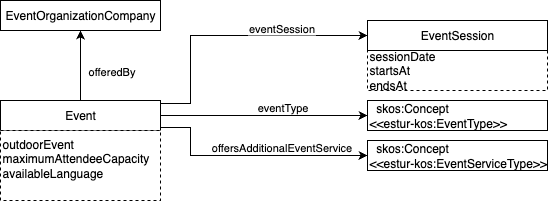
Before: segittur/images/fig7-Event.png, a diagram exported from draw.io (ocorcho/tests-widoco). Source tidied: cells renumbered, new cells last; positions are measured from the earlier drawing's top-left corner, leaving out a move shared by most shapes. Its diagram source:
```xml
<mxGraphModel>
  <root>
    <mxCell id="0" />
    <mxCell id="1" parent="0" />
    <mxCell id="2" style="edgeStyle=orthogonalEdgeStyle;rounded=0;jettySize=auto;html=1;exitX=1;exitY=0.5;exitDx=0;exitDy=0;entryX=0;entryY=0.5;entryDx=0;entryDy=0;" parent="1" edge="1" source="8" target="12">
      <mxGeometry relative="1" as="geometry" />
    </mxCell>
    <mxCell id="3" value="eventType" style="edgeLabel;html=1;align=center;verticalAlign=middle;" parent="2" vertex="1">
      <mxGeometry x="0.05" y="3" relative="1" as="geometry">
        <mxPoint x="12" y="-6" as="offset" />
      </mxGeometry>
    </mxCell>
    <mxCell id="4" style="edgeStyle=orthogonalEdgeStyle;rounded=0;jettySize=auto;html=1;exitX=1;exitY=0.9;exitDx=0;exitDy=0;entryX=0;entryY=0.5;entryDx=0;entryDy=0;" parent="1" edge="1" source="8" target="13">
      <mxGeometry relative="1" as="geometry">
        <Array as="points">
          <mxPoint x="190" y="127" />
          <mxPoint x="190" y="155" />
        </Array>
      </mxGeometry>
    </mxCell>
    <mxCell id="5" value="offersAdditionalEventService" style="edgeLabel;html=1;align=center;verticalAlign=middle;" parent="4" vertex="1">
      <mxGeometry x="0.32" y="1" relative="1" as="geometry">
        <mxPoint x="-7" y="-8" as="offset" />
      </mxGeometry>
    </mxCell>
    <mxCell id="6" style="edgeStyle=orthogonalEdgeStyle;rounded=0;jettySize=auto;html=1;exitX=1;exitY=0.1;exitDx=0;exitDy=0;entryX=0;entryY=0.5;entryDx=0;entryDy=0;" parent="1" edge="1" source="8" target="11">
      <mxGeometry relative="1" as="geometry">
        <Array as="points">
          <mxPoint x="190" y="103" />
          <mxPoint x="190" y="35" />
        </Array>
      </mxGeometry>
    </mxCell>
    <mxCell id="7" value="eventSession" style="edgeLabel;html=1;align=center;verticalAlign=middle;" parent="6" vertex="1">
      <mxGeometry x="0.58" y="4" relative="1" as="geometry">
        <mxPoint x="-30" y="-4" as="offset" />
      </mxGeometry>
    </mxCell>
    <mxCell id="8" value="Event" style="rounded=0;whiteSpace=wrap;html=1;snapToPoint=1;points=[[0.1,0],[0.2,0],[0.3,0],[0.4,0],[0.5,0],[0.6,0],[0.7,0],[0.8,0],[0.9,0],[0,0.1],[0,0.3],[0,0.5],[0,0.7],[0,0.9],[0.1,1],[0.2,1],[0.3,1],[0.4,1],[0.5,1],[0.6,1],[0.7,1],[0.8,1],[0.9,1],[1,0.1],[1,0.3],[1,0.5],[1,0.7],[1,0.9]];align=center;" parent="1" vertex="1">
      <mxGeometry y="100" width="160" height="30" as="geometry" />
    </mxCell>
    <mxCell id="9" value="outdoorEvent&lt;br&gt;maximumAttendeeCapacity&lt;br&gt;availableLanguage&lt;div&gt;&lt;br&gt;&lt;/div&gt;" style="rounded=0;whiteSpace=wrap;html=1;snapToPoint=1;points=[[0.1,0],[0.2,0],[0.3,0],[0.4,0],[0.5,0],[0.6,0],[0.7,0],[0.8,0],[0.9,0],[0,0.1],[0,0.3],[0,0.5],[0,0.7],[0,0.9],[0.1,1],[0.2,1],[0.3,1],[0.4,1],[0.5,1],[0.6,1],[0.7,1],[0.8,1],[0.9,1],[1,0.1],[1,0.3],[1,0.5],[1,0.7],[1,0.9]];dashed=1;align=left;" parent="1" vertex="1">
      <mxGeometry y="130" width="160" height="70" as="geometry" />
    </mxCell>
    <mxCell id="10" value="&lt;div style=&quot;&quot;&gt;&lt;span style=&quot;background-color: initial;&quot;&gt;sessionDate&lt;/span&gt;&lt;/div&gt;&lt;div style=&quot;&quot;&gt;&lt;span style=&quot;background-color: initial;&quot;&gt;startsAt&lt;/span&gt;&lt;/div&gt;&lt;div style=&quot;&quot;&gt;&lt;span style=&quot;background-color: initial;&quot;&gt;endsAt&lt;/span&gt;&lt;/div&gt;" style="rounded=0;whiteSpace=wrap;html=1;dashed=1;align=left;" parent="1" vertex="1">
      <mxGeometry x="367" y="50" width="180" height="40" as="geometry" />
    </mxCell>
    <mxCell id="11" value="EventSession" style="rounded=0;whiteSpace=wrap;html=1;snapToPoint=1;points=[[0.1,0],[0.2,0],[0.3,0],[0.4,0],[0.5,0],[0.6,0],[0.7,0],[0.8,0],[0.9,0],[0,0.1],[0,0.3],[0,0.5],[0,0.7],[0,0.9],[0.1,1],[0.2,1],[0.3,1],[0.4,1],[0.5,1],[0.6,1],[0.7,1],[0.8,1],[0.9,1],[1,0.1],[1,0.3],[1,0.5],[1,0.7],[1,0.9]];" parent="1" vertex="1">
      <mxGeometry x="367" y="20" width="180" height="30" as="geometry" />
    </mxCell>
    <mxCell id="12" value="&lt;div style=&quot;&quot;&gt;&lt;span style=&quot;background-color: initial;&quot;&gt;&amp;nbsp; skos:Concept&lt;/span&gt;&lt;/div&gt;&lt;div style=&quot;&quot;&gt;&lt;span style=&quot;background-color: initial;&quot;&gt;&amp;lt;&amp;lt;estur-kos:EventType&amp;gt;&amp;gt;&lt;/span&gt;&lt;/div&gt;" style="rounded=0;whiteSpace=wrap;html=1;snapToPoint=1;points=[[0.1,0],[0.2,0],[0.3,0],[0.4,0],[0.5,0],[0.6,0],[0.7,0],[0.8,0],[0.9,0],[0,0.1],[0,0.3],[0,0.5],[0,0.7],[0,0.9],[0.1,1],[0.2,1],[0.3,1],[0.4,1],[0.5,1],[0.6,1],[0.7,1],[0.8,1],[0.9,1],[1,0.1],[1,0.3],[1,0.5],[1,0.7],[1,0.9]];align=left;" parent="1" vertex="1">
      <mxGeometry x="367" y="100" width="180" height="30" as="geometry" />
    </mxCell>
    <mxCell id="13" value="&lt;div style=&quot;&quot;&gt;&lt;span style=&quot;background-color: initial;&quot;&gt;&amp;nbsp; skos:Concept&lt;/span&gt;&lt;/div&gt;&lt;div style=&quot;&quot;&gt;&lt;span style=&quot;background-color: initial;&quot;&gt;&amp;lt;&amp;lt;estur-kos:EventServiceType&amp;gt;&amp;gt;&lt;/span&gt;&lt;/div&gt;" style="rounded=0;whiteSpace=wrap;html=1;snapToPoint=1;points=[[0.1,0],[0.2,0],[0.3,0],[0.4,0],[0.5,0],[0.6,0],[0.7,0],[0.8,0],[0.9,0],[0,0.1],[0,0.3],[0,0.5],[0,0.7],[0,0.9],[0.1,1],[0.2,1],[0.3,1],[0.4,1],[0.5,1],[0.6,1],[0.7,1],[0.8,1],[0.9,1],[1,0.1],[1,0.3],[1,0.5],[1,0.7],[1,0.9]];align=left;" parent="1" vertex="1">
      <mxGeometry x="367" y="140" width="180" height="30" as="geometry" />
    </mxCell>
    <mxCell id="14" style="edgeStyle=orthogonalEdgeStyle;rounded=0;jettySize=auto;html=1;exitX=0.5;exitY=0;exitDx=0;exitDy=0;entryX=0.5;entryY=1;entryDx=0;entryDy=0;" parent="1" edge="1" source="8" target="16">
      <mxGeometry relative="1" as="geometry" />
    </mxCell>
    <mxCell id="15" value="offeredBy" style="edgeLabel;html=1;align=center;verticalAlign=middle;" parent="14" vertex="1">
      <mxGeometry x="-0.16" y="2" relative="1" as="geometry">
        <mxPoint x="32" y="-1" as="offset" />
      </mxGeometry>
    </mxCell>
    <mxCell id="16" value="EventOrganizationCompany" style="rounded=0;whiteSpace=wrap;html=1;snapToPoint=1;points=[[0.1,0],[0.2,0],[0.3,0],[0.4,0],[0.5,0],[0.6,0],[0.7,0],[0.8,0],[0.9,0],[0,0.1],[0,0.3],[0,0.5],[0,0.7],[0,0.9],[0.1,1],[0.2,1],[0.3,1],[0.4,1],[0.5,1],[0.6,1],[0.7,1],[0.8,1],[0.9,1],[1,0.1],[1,0.3],[1,0.5],[1,0.7],[1,0.9]];" parent="1" vertex="1">
      <mxGeometry width="160" height="30" as="geometry" />
    </mxCell>
  </root>
</mxGraphModel>
```
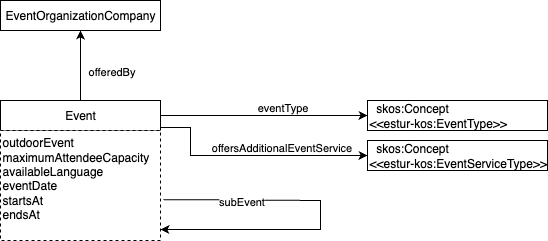
After the change.

Diff of the diagram source:
```diff
@@ -23,31 +23,26 @@
         <mxPoint x="-7" y="-8" as="offset" />
       </mxGeometry>
     </mxCell>
-    <mxCell id="6" style="edgeStyle=orthogonalEdgeStyle;rounded=0;jettySize=auto;html=1;exitX=1;exitY=0.1;exitDx=0;exitDy=0;entryX=0;entryY=0.5;entryDx=0;entryDy=0;" parent="1" edge="1" source="8" target="11">
+    <mxCell id="6" style="edgeStyle=orthogonalEdgeStyle;rounded=0;orthogonalLoop=1;jettySize=auto;html=1;exitX=1.018;exitY=0.629;exitDx=0;exitDy=0;exitPerimeter=0;entryX=1;entryY=0.9;entryDx=0;entryDy=0;" parent="1" edge="1" source="9" target="9">
       <mxGeometry relative="1" as="geometry">
         <Array as="points">
-          <mxPoint x="190" y="103" />
-          <mxPoint x="190" y="35" />
+          <mxPoint x="190" y="199" />
+          <mxPoint x="320" y="200" />
+          <mxPoint x="320" y="229" />
         </Array>
       </mxGeometry>
     </mxCell>
-    <mxCell id="7" value="eventSession" style="edgeLabel;html=1;align=center;verticalAlign=middle;" parent="6" vertex="1">
+    <mxCell id="7" value="subEvent" style="edgeLabel;html=1;align=center;verticalAlign=middle;" parent="6" vertex="1">
       <mxGeometry x="0.58" y="4" relative="1" as="geometry">
-        <mxPoint x="-30" y="-4" as="offset" />
+        <mxPoint x="8" y="-33" as="offset" />
       </mxGeometry>
     </mxCell>
     <mxCell id="8" value="Event" style="rounded=0;whiteSpace=wrap;html=1;snapToPoint=1;points=[[0.1,0],[0.2,0],[0.3,0],[0.4,0],[0.5,0],[0.6,0],[0.7,0],[0.8,0],[0.9,0],[0,0.1],[0,0.3],[0,0.5],[0,0.7],[0,0.9],[0.1,1],[0.2,1],[0.3,1],[0.4,1],[0.5,1],[0.6,1],[0.7,1],[0.8,1],[0.9,1],[1,0.1],[1,0.3],[1,0.5],[1,0.7],[1,0.9]];align=center;" parent="1" vertex="1">
       <mxGeometry y="100" width="160" height="30" as="geometry" />
     </mxCell>
-    <mxCell id="9" value="outdoorEvent&lt;br&gt;maximumAttendeeCapacity&lt;br&gt;availableLanguage&lt;div&gt;&lt;br&gt;&lt;/div&gt;" style="rounded=0;whiteSpace=wrap;html=1;snapToPoint=1;points=[[0.1,0],[0.2,0],[0.3,0],[0.4,0],[0.5,0],[0.6,0],[0.7,0],[0.8,0],[0.9,0],[0,0.1],[0,0.3],[0,0.5],[0,0.7],[0,0.9],[0.1,1],[0.2,1],[0.3,1],[0.4,1],[0.5,1],[0.6,1],[0.7,1],[0.8,1],[0.9,1],[1,0.1],[1,0.3],[1,0.5],[1,0.7],[1,0.9]];dashed=1;align=left;" parent="1" vertex="1">
-      <mxGeometry y="130" width="160" height="70" as="geometry" />
+    <mxCell id="9" value="outdoorEvent&lt;br&gt;maximumAttendeeCapacity&lt;br&gt;availableLanguage&lt;div&gt;&lt;div&gt;&lt;span style=&quot;background-color: initial;&quot;&gt;eventDate&lt;/span&gt;&lt;/div&gt;&lt;div&gt;&lt;span style=&quot;background-color: initial;&quot;&gt;startsAt&lt;/span&gt;&lt;/div&gt;&lt;div&gt;&lt;span style=&quot;background-color: initial;&quot;&gt;endsAt&lt;/span&gt;&lt;/div&gt;&lt;div&gt;&lt;br&gt;&lt;/div&gt;&lt;/div&gt;" style="rounded=0;whiteSpace=wrap;html=1;snapToPoint=1;points=[[0.1,0],[0.2,0],[0.3,0],[0.4,0],[0.5,0],[0.6,0],[0.7,0],[0.8,0],[0.9,0],[0,0.1],[0,0.3],[0,0.5],[0,0.7],[0,0.9],[0.1,1],[0.2,1],[0.3,1],[0.4,1],[0.5,1],[0.6,1],[0.7,1],[0.8,1],[0.9,1],[1,0.1],[1,0.3],[1,0.5],[1,0.7],[1,0.9]];dashed=1;align=left;" parent="1" vertex="1">
+      <mxGeometry y="130" width="160" height="110" as="geometry" />
     </mxCell>
-    <mxCell id="10" value="&lt;div style=&quot;&quot;&gt;&lt;span style=&quot;background-color: initial;&quot;&gt;sessionDate&lt;/span&gt;&lt;/div&gt;&lt;div style=&quot;&quot;&gt;&lt;span style=&quot;background-color: initial;&quot;&gt;startsAt&lt;/span&gt;&lt;/div&gt;&lt;div style=&quot;&quot;&gt;&lt;span style=&quot;background-color: initial;&quot;&gt;endsAt&lt;/span&gt;&lt;/div&gt;" style="rounded=0;whiteSpace=wrap;html=1;dashed=1;align=left;" parent="1" vertex="1">
-      <mxGeometry x="367" y="50" width="180" height="40" as="geometry" />
-    </mxCell>
-    <mxCell id="11" value="EventSession" style="rounded=0;whiteSpace=wrap;html=1;snapToPoint=1;points=[[0.1,0],[0.2,0],[0.3,0],[0.4,0],[0.5,0],[0.6,0],[0.7,0],[0.8,0],[0.9,0],[0,0.1],[0,0.3],[0,0.5],[0,0.7],[0,0.9],[0.1,1],[0.2,1],[0.3,1],[0.4,1],[0.5,1],[0.6,1],[0.7,1],[0.8,1],[0.9,1],[1,0.1],[1,0.3],[1,0.5],[1,0.7],[1,0.9]];" parent="1" vertex="1">
-      <mxGeometry x="367" y="20" width="180" height="30" as="geometry" />
-    </mxCell>
     <mxCell id="12" value="&lt;div style=&quot;&quot;&gt;&lt;span style=&quot;background-color: initial;&quot;&gt;&amp;nbsp; skos:Concept&lt;/span&gt;&lt;/div&gt;&lt;div style=&quot;&quot;&gt;&lt;span style=&quot;background-color: initial;&quot;&gt;&amp;lt;&amp;lt;estur-kos:EventType&amp;gt;&amp;gt;&lt;/span&gt;&lt;/div&gt;" style="rounded=0;whiteSpace=wrap;html=1;snapToPoint=1;points=[[0.1,0],[0.2,0],[0.3,0],[0.4,0],[0.5,0],[0.6,0],[0.7,0],[0.8,0],[0.9,0],[0,0.1],[0,0.3],[0,0.5],[0,0.7],[0,0.9],[0.1,1],[0.2,1],[0.3,1],[0.4,1],[0.5,1],[0.6,1],[0.7,1],[0.8,1],[0.9,1],[1,0.1],[1,0.3],[1,0.5],[1,0.7],[1,0.9]];align=left;" parent="1" vertex="1">
       <mxGeometry x="367" y="100" width="180" height="30" as="geometry" />
     </mxCell>
```
